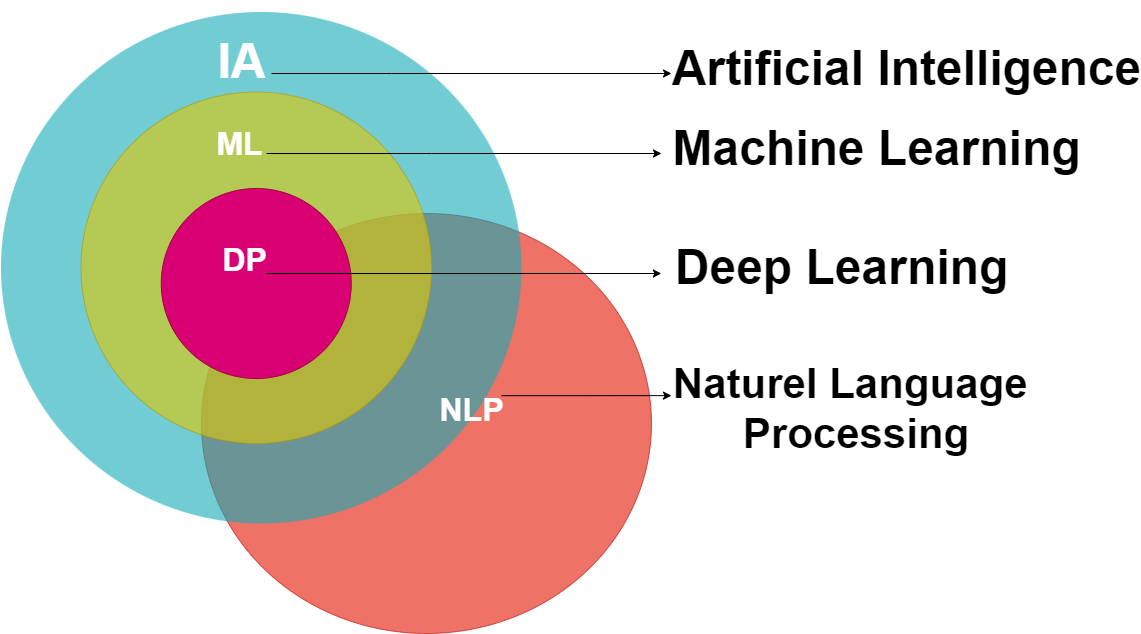
Before: IA.drawio.png, a diagram exported from draw.io (WISSAL-MN/fake-news-detection). Source tidied: cells renumbered, new cells last; positions are measured from the earlier drawing's top-left corner, leaving out a move shared by most shapes.
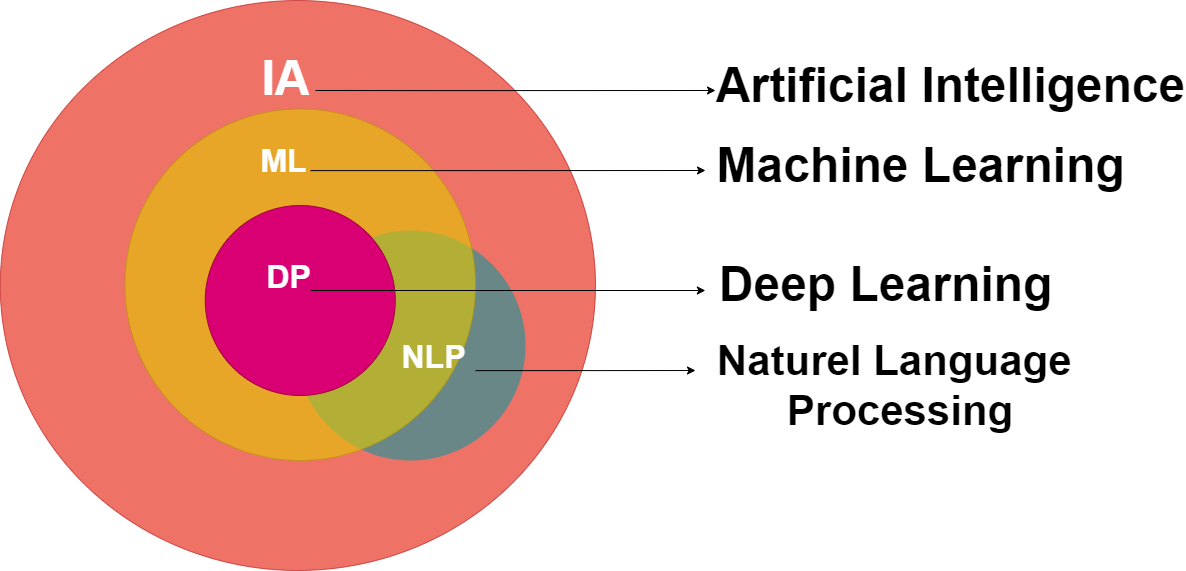
The same file after the commit.

What changed in the source:
```diff
@@ -3,10 +3,10 @@
     <mxCell id="0" />
     <mxCell id="1" parent="0" />
     <mxCell id="2" style="ellipse;fillColor=#e51400;opacity=60;strokeColor=#B20000;html=1;fontColor=#ffffff;" parent="1" vertex="1">
-      <mxGeometry x="200" y="202" width="450" height="420" as="geometry" />
+      <mxGeometry x="-45.2" y="-28" width="595.2" height="570" as="geometry" />
     </mxCell>
-    <mxCell id="3" style="ellipse;fillColor=#12AAB5;opacity=60;strokeColor=none;html=1;fontColor=#FFFFFF;" parent="1" vertex="1">
-      <mxGeometry x="-0.5" y="0.5" width="520.5" height="511.5" as="geometry" />
+    <mxCell id="3" style="ellipse;fillColor=#10949E;opacity=60;strokeColor=none;html=1;fontColor=#FFFFFF;" parent="1" vertex="1">
+      <mxGeometry x="250" y="202" width="230" height="230" as="geometry" />
     </mxCell>
     <mxCell id="4" style="ellipse;fillColor=#e3c800;opacity=60;strokeColor=#B09500;html=1;fontColor=#000000;" parent="1" vertex="1">
       <mxGeometry x="79.5" y="80.5" width="350.5" height="351.5" as="geometry" />
@@ -24,13 +24,17 @@
     <mxCell id="6" value="&lt;h1&gt;IA&lt;/h1&gt;" style="text;fontSize=24;align=center;verticalAlign=middle;html=1;fontColor=#FFFFFF;" parent="1" vertex="1">
       <mxGeometry x="200" y="19" width="80" height="61.5" as="geometry" />
     </mxCell>
-    <mxCell id="7" style="edgeStyle=orthogonalEdgeStyle;rounded=0;jettySize=auto;html=1;fontFamily=Helvetica;fontSize=42;fontColor=#000000;" parent="1" edge="1" source="8">
-      <mxGeometry relative="1" as="geometry">
-        <mxPoint x="670" y="384.1" as="targetPoint" />
-      </mxGeometry>
-    </mxCell>
+    <mxCell id="19" style="edgeStyle=orthogonalEdgeStyle;rounded=0;jettySize=auto;html=1;" parent="1" edge="1" source="8">
+      <mxGeometry relative="1" as="geometry">
+        <mxPoint x="650" y="342" as="targetPoint" />
+        <Array as="points">
+          <mxPoint x="520" y="342" />
+          <mxPoint x="520" y="342" />
+        </Array>
+      </mxGeometry>
+    </mxCell>
     <mxCell id="8" value="&lt;h1&gt;&lt;b&gt;NLP&lt;/b&gt;&lt;/h1&gt;" style="text;align=center;html=1;fontColor=#FFFFFF;fontSize=16;" parent="1" vertex="1">
-      <mxGeometry x="440" y="352" width="60" height="64.2" as="geometry" />
+      <mxGeometry x="345" y="282" width="85" height="64.2" as="geometry" />
     </mxCell>
     <mxCell id="9" style="edgeStyle=orthogonalEdgeStyle;rounded=0;jettySize=auto;html=1;fontFamily=Helvetica;fontSize=42;fontColor=#000000;" parent="1" edge="1" source="10">
       <mxGeometry relative="1" as="geometry">
@@ -67,7 +71,7 @@
       <mxGeometry x="650" y="216.2" width="380" height="80" as="geometry" />
     </mxCell>
     <mxCell id="17" value="Naturel Language &#10;Processing" style="text;fontSize=42;align=center;verticalAlign=middle;fontColor=#000000;fontStyle=1;" parent="1" vertex="1">
-      <mxGeometry x="670" y="332" width="370" height="120" as="geometry" />
+      <mxGeometry x="670" y="292" width="370" height="120" as="geometry" />
     </mxCell>
     <mxCell id="18" style="edgeStyle=orthogonalEdgeStyle;rounded=0;orthogonalLoop=1;jettySize=auto;html=1;exitX=0.5;exitY=1;exitDx=0;exitDy=0;fontFamily=Helvetica;fontSize=42;fontColor=#000000;" parent="1" edge="1" source="13" target="13">
       <mxGeometry relative="1" as="geometry" />
```
